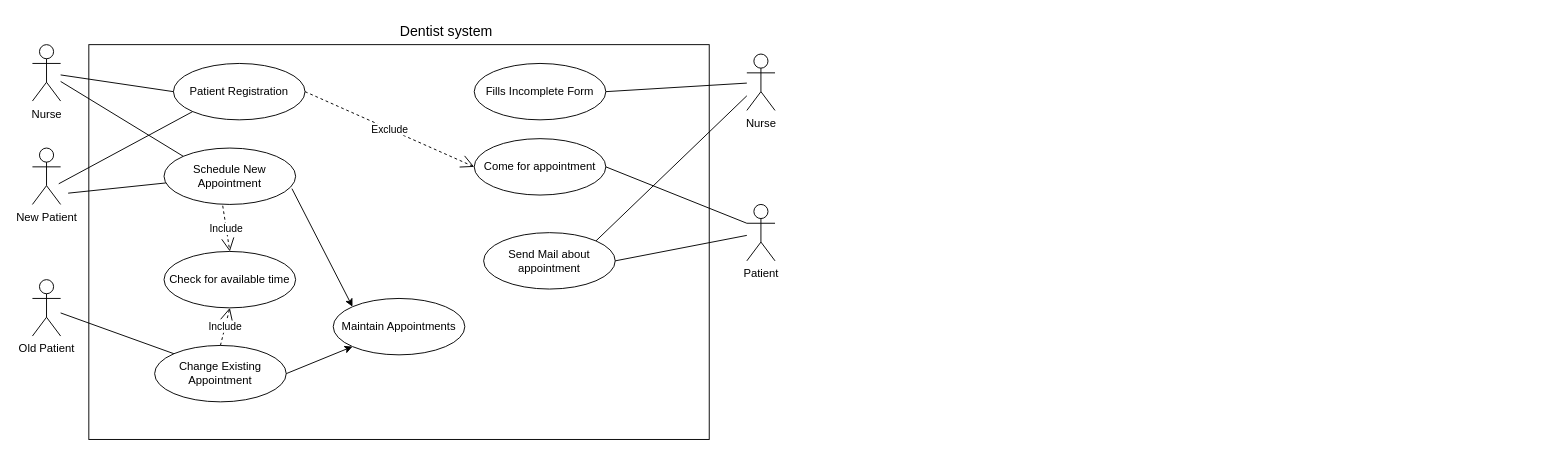
This is Info analysis/Info analysis exercises.drawio from 07prajwal2000/UWS---Works-and-Assignments, a draw.io file, before an edit. Source tidied: cells renumbered, new cells numbered last; positions are measured from the earlier drawing's top-left corner, leaving out a move shared by most shapes. Both pictures are drawn from the tidied source at 94%, with x=0, y=0 at pixel (32, 16).
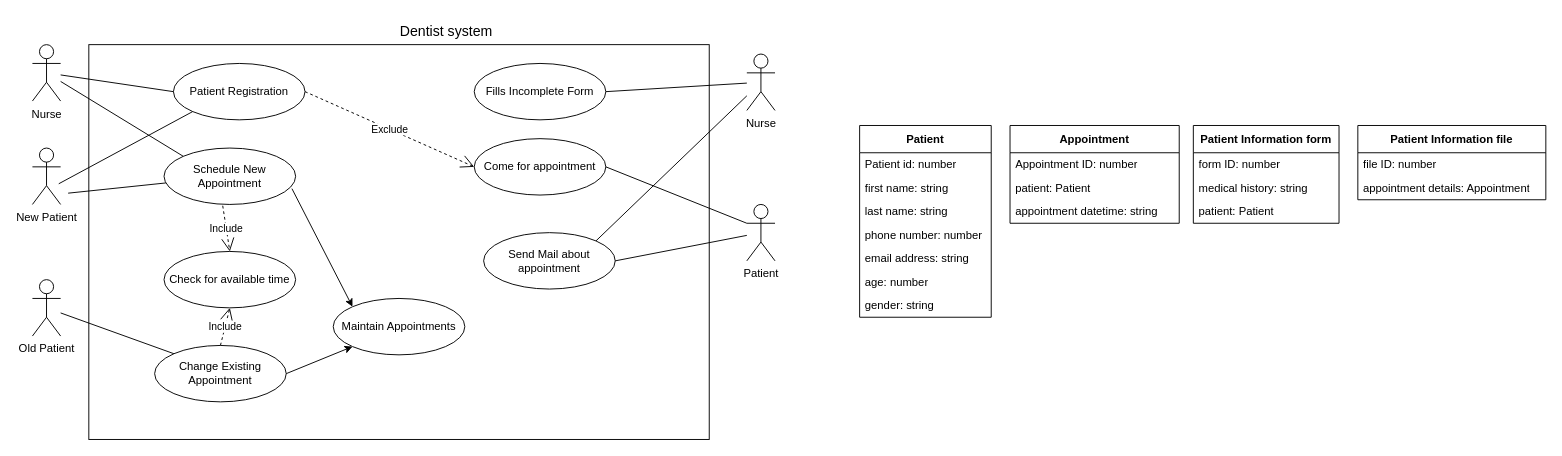
After the change.

Diff of the diagram source:
```diff
@@
+    <mxCell id="31" value="Patient" style="swimlane;fontStyle=1;align=center;verticalAlign=middle;horizontal=1;startSize=29;html=1;whiteSpace=wrap;" parent="1" vertex="1">
+      <mxGeometry x="880" y="116" width="140" height="204" as="geometry" />
+    </mxCell>
+    <mxCell id="32" value="Patient id: number" style="text;html=1;strokeColor=none;fillColor=none;align=left;verticalAlign=middle;spacingLeft=4;spacingRight=4;overflow=hidden;whiteSpace=wrap;" parent="31" vertex="1">
+      <mxGeometry y="29" width="140" height="25" as="geometry" />
+    </mxCell>
+    <mxCell id="33" value="first name: string" style="text;html=1;strokeColor=none;fillColor=none;align=left;verticalAlign=middle;spacingLeft=4;spacingRight=4;overflow=hidden;whiteSpace=wrap;" parent="31" vertex="1">
+      <mxGeometry y="54" width="140" height="25" as="geometry" />
+    </mxCell>
+    <mxCell id="34" value="last name: string" style="text;html=1;strokeColor=none;fillColor=none;align=left;verticalAlign=middle;spacingLeft=4;spacingRight=4;overflow=hidden;whiteSpace=wrap;" parent="31" vertex="1">
+      <mxGeometry y="79" width="140" height="25" as="geometry" />
+    </mxCell>
+    <mxCell id="35" value="phone number: number" style="text;html=1;strokeColor=none;fillColor=none;align=left;verticalAlign=middle;spacingLeft=4;spacingRight=4;overflow=hidden;whiteSpace=wrap;" parent="31" vertex="1">
+      <mxGeometry y="104" width="140" height="25" as="geometry" />
+    </mxCell>
+    <mxCell id="36" value="email address: string" style="text;html=1;strokeColor=none;fillColor=none;align=left;verticalAlign=middle;spacingLeft=4;spacingRight=4;overflow=hidden;whiteSpace=wrap;" parent="31" vertex="1">
+      <mxGeometry y="129" width="140" height="25" as="geometry" />
+    </mxCell>
+    <mxCell id="37" value="age: number" style="text;html=1;strokeColor=none;fillColor=none;align=left;verticalAlign=middle;spacingLeft=4;spacingRight=4;overflow=hidden;whiteSpace=wrap;" parent="31" vertex="1">
+      <mxGeometry y="154" width="140" height="25" as="geometry" />
+    </mxCell>
+    <mxCell id="38" value="gender: string" style="text;html=1;strokeColor=none;fillColor=none;align=left;verticalAlign=middle;spacingLeft=4;spacingRight=4;overflow=hidden;whiteSpace=wrap;" parent="31" vertex="1">
+      <mxGeometry y="179" width="140" height="25" as="geometry" />
+    </mxCell>
+    <mxCell id="39" value="Appointment" style="swimlane;fontStyle=1;align=center;verticalAlign=middle;horizontal=1;startSize=29;html=1;whiteSpace=wrap;" parent="1" vertex="1">
+      <mxGeometry x="1040" y="116" width="180" height="104" as="geometry" />
+    </mxCell>
+    <mxCell id="40" value="Appointment ID: number" style="text;html=1;strokeColor=none;fillColor=none;align=left;verticalAlign=middle;spacingLeft=4;spacingRight=4;overflow=hidden;whiteSpace=wrap;" parent="39" vertex="1">
+      <mxGeometry y="29" width="180" height="25" as="geometry" />
+    </mxCell>
+    <mxCell id="41" value="patient: Patient" style="text;html=1;strokeColor=none;fillColor=none;align=left;verticalAlign=middle;spacingLeft=4;spacingRight=4;overflow=hidden;whiteSpace=wrap;" parent="39" vertex="1">
+      <mxGeometry y="54" width="180" height="25" as="geometry" />
+    </mxCell>
+    <mxCell id="42" value="appointment datetime: string" style="text;html=1;strokeColor=none;fillColor=none;align=left;verticalAlign=middle;spacingLeft=4;spacingRight=4;overflow=hidden;whiteSpace=wrap;" parent="39" vertex="1">
+      <mxGeometry y="79" width="180" height="25" as="geometry" />
+    </mxCell>
+    <mxCell id="43" value="Patient Information form" style="swimlane;fontStyle=1;align=center;verticalAlign=middle;horizontal=1;startSize=29;html=1;whiteSpace=wrap;" parent="1" vertex="1">
+      <mxGeometry x="1235" y="116" width="155" height="104" as="geometry" />
+    </mxCell>
+    <mxCell id="44" value="form ID: number" style="text;html=1;strokeColor=none;fillColor=none;align=left;verticalAlign=middle;spacingLeft=4;spacingRight=4;overflow=hidden;whiteSpace=wrap;" parent="43" vertex="1">
+      <mxGeometry y="29" width="155" height="25" as="geometry" />
+    </mxCell>
+    <mxCell id="45" value="medical history: string" style="text;html=1;strokeColor=none;fillColor=none;align=left;verticalAlign=middle;spacingLeft=4;spacingRight=4;overflow=hidden;whiteSpace=wrap;" parent="43" vertex="1">
+      <mxGeometry y="54" width="155" height="25" as="geometry" />
+    </mxCell>
+    <mxCell id="46" value="patient: Patient" style="text;html=1;strokeColor=none;fillColor=none;align=left;verticalAlign=middle;spacingLeft=4;spacingRight=4;overflow=hidden;whiteSpace=wrap;" parent="43" vertex="1">
+      <mxGeometry y="79" width="155" height="25" as="geometry" />
+    </mxCell>
+    <mxCell id="47" value="Patient Information file" style="swimlane;fontStyle=1;align=center;verticalAlign=middle;horizontal=1;startSize=29;html=1;whiteSpace=wrap;" parent="1" vertex="1">
+      <mxGeometry x="1410" y="116" width="200" height="79" as="geometry" />
+    </mxCell>
+    <mxCell id="48" value="file ID: number" style="text;html=1;strokeColor=none;fillColor=none;align=left;verticalAlign=middle;spacingLeft=4;spacingRight=4;overflow=hidden;whiteSpace=wrap;" parent="47" vertex="1">
+      <mxGeometry y="29" width="200" height="25" as="geometry" />
+    </mxCell>
+    <mxCell id="49" value="appointment details: Appointment" style="text;html=1;strokeColor=none;fillColor=none;align=left;verticalAlign=middle;spacingLeft=4;spacingRight=4;overflow=hidden;whiteSpace=wrap;" parent="47" vertex="1">
+      <mxGeometry y="54" width="200" height="25" as="geometry" />
+    </mxCell>
```
